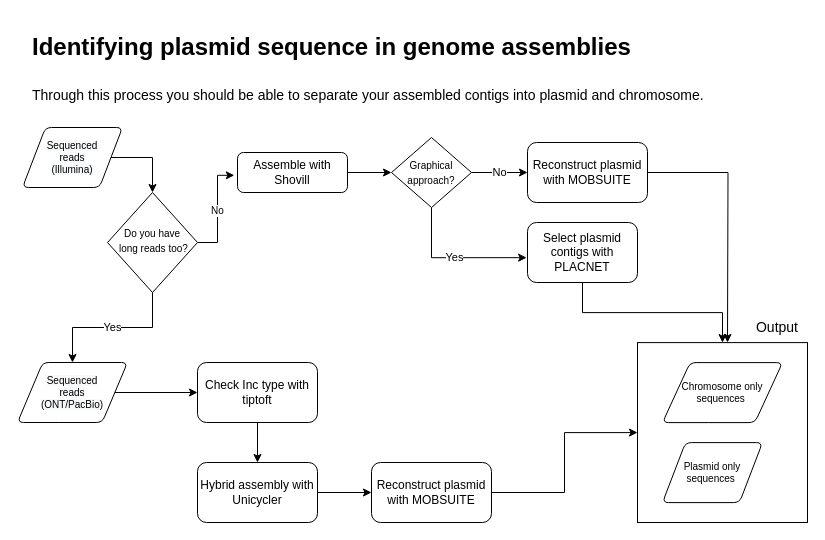
This is assembly_annotation/finding_plasmids.drawio from MicroBinfie/ESCMID-MGE-2022, a draw.io file, before an edit. Source tidied: cells renumbered, new cells numbered last; positions are measured from the earlier drawing's top-left corner, leaving out a move shared by most shapes. Both pictures are drawn from the tidied source at 100%, with x=0, y=0 at pixel (17, 27).
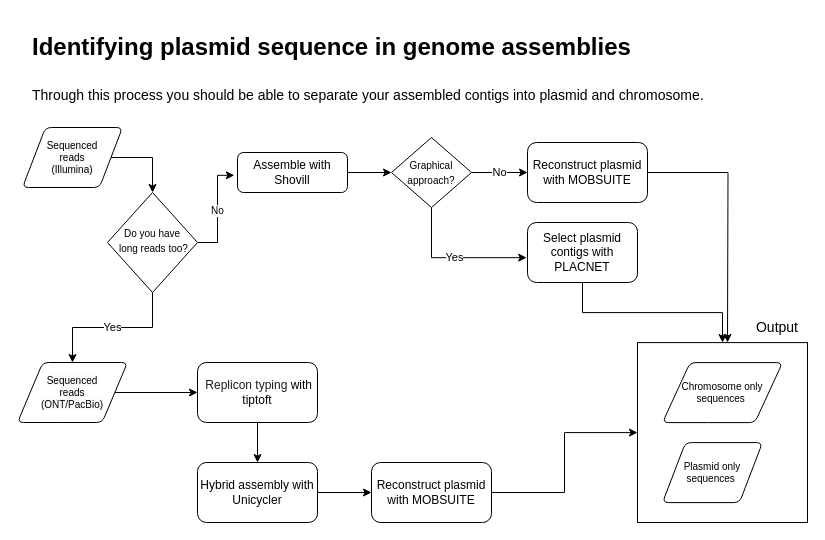
Above is the later version.

Diff of the diagram source:
```diff
@@
-    <mxCell id="11" value="Check Inc type with tiptoft" style="rounded=1;whiteSpace=wrap;html=1;" parent="1" vertex="1">
+    <mxCell id="11" value="&lt;font style=&quot;font-size: 12px;&quot;&gt;&lt;span style=&quot;color: rgb(29, 28, 29); font-family: Slack-Lato, Slack-Fractions, appleLogo, sans-serif; font-variant-ligatures: common-ligatures; text-align: left; background-color: rgb(255, 255, 255);&quot;&gt;&amp;nbsp;Replicon typing&lt;/span&gt;&amp;nbsp;with tiptoft&lt;/font&gt;" style="rounded=1;whiteSpace=wrap;html=1;" parent="1" vertex="1">
       <mxGeometry x="180" y="335" width="120" height="60" as="geometry" />
     </mxCell>
```
